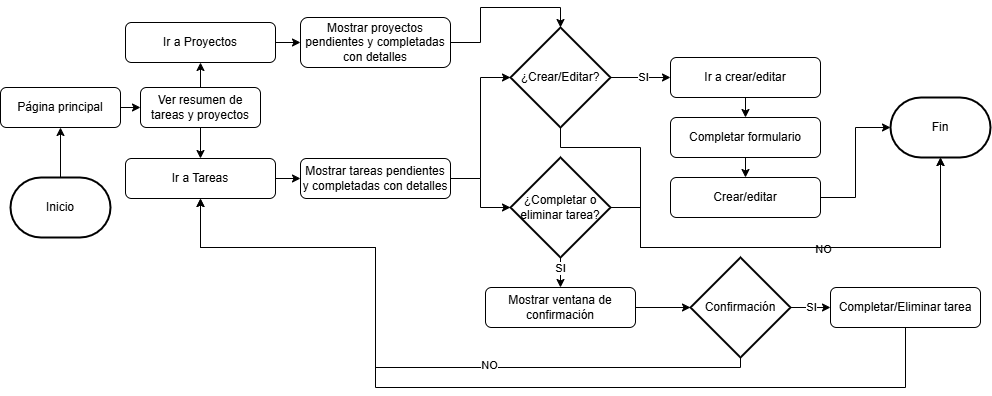
Before: Diagrama_flujo.png, a diagram exported from draw.io (IvanTangZhu19/AppGestionTareas). Source tidied: cells renumbered, new cells last; positions are measured from the earlier drawing's top-left corner, leaving out a move shared by most shapes.
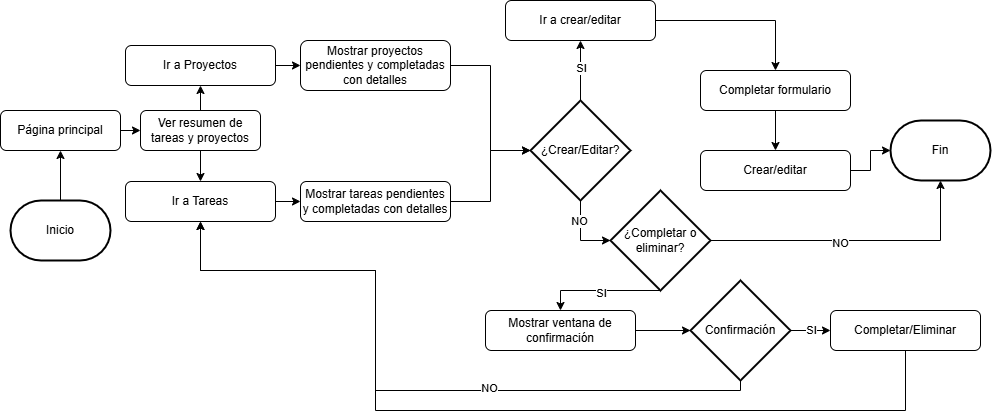
The same diagram one commit later.

Commit message:
Diseño en papel con navegación y cambio de diagrama de flujo

The edit, as a diff of the source:
```diff
@@ -41,48 +41,46 @@
     <mxCell id="14" value="Ir a Proyectos" style="rounded=1;whiteSpace=wrap;html=1;fontSize=12;glass=0;strokeWidth=1;shadow=0;" parent="1" vertex="1">
       <mxGeometry x="125" y="5" width="150" height="40" as="geometry" />
     </mxCell>
-    <mxCell id="15" style="edgeStyle=orthogonalEdgeStyle;rounded=0;jettySize=auto;html=1;exitX=1;exitY=0.5;exitDx=0;exitDy=0;exitPerimeter=0;entryX=0;entryY=0.5;entryDx=0;entryDy=0;" parent="1" edge="1" source="17" target="21">
+    <mxCell id="15" style="edgeStyle=orthogonalEdgeStyle;rounded=0;jettySize=auto;html=1;exitX=0.5;exitY=0;exitDx=0;exitDy=0;exitPerimeter=0;entryX=0.5;entryY=1;entryDx=0;entryDy=0;" parent="1" edge="1" source="17" target="21">
       <mxGeometry relative="1" as="geometry" />
     </mxCell>
-    <mxCell id="16" value="SI" style="edgeLabel;html=1;align=center;verticalAlign=middle;" parent="15" vertex="1">
-      <mxGeometry x="0.06" y="1" relative="1" as="geometry" />
-    </mxCell>
+    <mxCell id="43" value="SI" style="edgeLabel;html=1;align=center;verticalAlign=middle;" parent="15" vertex="1">
+      <mxGeometry x="0.09" relative="1" as="geometry" />
+    </mxCell>
     <mxCell id="17" value="¿Crear/Editar?" style="strokeWidth=2;html=1;shape=mxgraph.flowchart.decision;whiteSpace=wrap;" parent="1" vertex="1">
-      <mxGeometry x="510" y="10" width="100" height="100" as="geometry" />
+      <mxGeometry x="530" y="60" width="100" height="100" as="geometry" />
     </mxCell>
-    <mxCell id="18" style="edgeStyle=orthogonalEdgeStyle;rounded=0;jettySize=auto;html=1;exitX=1;exitY=0.5;exitDx=0;exitDy=0;entryX=0.5;entryY=0;entryDx=0;entryDy=0;entryPerimeter=0;" parent="1" edge="1" source="11" target="17">
-      <mxGeometry relative="1" as="geometry" />
-    </mxCell>
     <mxCell id="19" style="edgeStyle=orthogonalEdgeStyle;rounded=0;jettySize=auto;html=1;exitX=1;exitY=0.5;exitDx=0;exitDy=0;entryX=0;entryY=0.5;entryDx=0;entryDy=0;entryPerimeter=0;" parent="1" edge="1" source="12" target="17">
       <mxGeometry relative="1" as="geometry" />
     </mxCell>
-    <mxCell id="20" style="edgeStyle=orthogonalEdgeStyle;rounded=0;jettySize=auto;html=1;exitX=0.5;exitY=1;exitDx=0;exitDy=0;entryX=0.5;entryY=0;entryDx=0;entryDy=0;" parent="1" edge="1" source="21" target="23">
+    <mxCell id="20" style="edgeStyle=orthogonalEdgeStyle;rounded=0;jettySize=auto;html=1;exitX=1;exitY=0.5;exitDx=0;exitDy=0;entryX=0.5;entryY=0;entryDx=0;entryDy=0;" parent="1" edge="1" source="21" target="23">
       <mxGeometry relative="1" as="geometry" />
     </mxCell>
     <mxCell id="21" value="Ir a crear/editar" style="rounded=1;whiteSpace=wrap;html=1;fontSize=12;glass=0;strokeWidth=1;shadow=0;" parent="1" vertex="1">
-      <mxGeometry x="670" y="40" width="150" height="40" as="geometry" />
+      <mxGeometry x="505" y="-40" width="150" height="40" as="geometry" />
     </mxCell>
     <mxCell id="22" style="edgeStyle=orthogonalEdgeStyle;rounded=0;jettySize=auto;html=1;exitX=0.5;exitY=1;exitDx=0;exitDy=0;entryX=0.5;entryY=0;entryDx=0;entryDy=0;" parent="1" edge="1" source="23" target="24">
       <mxGeometry relative="1" as="geometry" />
     </mxCell>
     <mxCell id="23" value="Completar formulario" style="rounded=1;whiteSpace=wrap;html=1;fontSize=12;glass=0;strokeWidth=1;shadow=0;" parent="1" vertex="1">
-      <mxGeometry x="670" y="100" width="150" height="40" as="geometry" />
+      <mxGeometry x="700" y="30" width="150" height="40" as="geometry" />
     </mxCell>
     <mxCell id="24" value="Crear/editar" style="rounded=1;whiteSpace=wrap;html=1;fontSize=12;glass=0;strokeWidth=1;shadow=0;" parent="1" vertex="1">
-      <mxGeometry x="670" y="160" width="150" height="40" as="geometry" />
+      <mxGeometry x="700" y="110" width="150" height="40" as="geometry" />
     </mxCell>
     <mxCell id="25" style="edgeStyle=orthogonalEdgeStyle;rounded=0;jettySize=auto;html=1;exitX=0.5;exitY=1;exitDx=0;exitDy=0;exitPerimeter=0;entryX=0.5;entryY=0;entryDx=0;entryDy=0;" parent="1" edge="1" source="27" target="30">
-      <mxGeometry relative="1" as="geometry" />
+      <mxGeometry relative="1" as="geometry">
+        <Array as="points">
+          <mxPoint x="560" y="250" />
+        </Array>
+      </mxGeometry>
     </mxCell>
-    <mxCell id="26" value="SI" style="edgeLabel;html=1;align=center;verticalAlign=middle;" parent="25" vertex="1">
-      <mxGeometry x="-0.33" y="-1" relative="1" as="geometry" />
-    </mxCell>
+    <mxCell id="44" value="SI" style="edgeLabel;html=1;align=center;verticalAlign=middle;" parent="25" vertex="1">
+      <mxGeometry y="2" relative="1" as="geometry" />
+    </mxCell>
-    <mxCell id="27" value="¿Completar o eliminar tarea?" style="strokeWidth=2;html=1;shape=mxgraph.flowchart.decision;whiteSpace=wrap;" parent="1" vertex="1">
-      <mxGeometry x="510" y="140" width="100" height="100" as="geometry" />
+    <mxCell id="27" value="¿Completar o eliminar&lt;span style=&quot;background-color: transparent; color: light-dark(rgb(0, 0, 0), rgb(255, 255, 255));&quot;&gt;?&lt;/span&gt;" style="strokeWidth=2;html=1;shape=mxgraph.flowchart.decision;whiteSpace=wrap;" parent="1" vertex="1">
+      <mxGeometry x="610" y="150" width="100" height="100" as="geometry" />
     </mxCell>
-    <mxCell id="28" style="edgeStyle=orthogonalEdgeStyle;rounded=0;jettySize=auto;html=1;exitX=1;exitY=0.5;exitDx=0;exitDy=0;entryX=0;entryY=0.5;entryDx=0;entryDy=0;entryPerimeter=0;" parent="1" edge="1" source="12" target="27">
-      <mxGeometry relative="1" as="geometry" />
-    </mxCell>
     <mxCell id="29" value="Fin" style="strokeWidth=2;html=1;shape=mxgraph.flowchart.terminator;whiteSpace=wrap;" parent="1" vertex="1">
       <mxGeometry x="890" y="80" width="100" height="60" as="geometry" />
     </mxCell>
@@ -124,33 +122,26 @@
         </Array>
       </mxGeometry>
     </mxCell>
-    <mxCell id="38" value="Completar/Eliminar tarea" style="rounded=1;whiteSpace=wrap;html=1;fontSize=12;glass=0;strokeWidth=1;shadow=0;" parent="1" vertex="1">
+    <mxCell id="38" value="Completar/Eliminar" style="rounded=1;whiteSpace=wrap;html=1;fontSize=12;glass=0;strokeWidth=1;shadow=0;" parent="1" vertex="1">
       <mxGeometry x="830" y="270" width="150" height="40" as="geometry" />
     </mxCell>
+    <mxCell id="42" style="edgeStyle=orthogonalEdgeStyle;rounded=0;jettySize=auto;html=1;exitX=1;exitY=0.5;exitDx=0;exitDy=0;entryX=0;entryY=0.5;entryDx=0;entryDy=0;entryPerimeter=0;" parent="1" edge="1" source="24" target="29">
+      <mxGeometry relative="1" as="geometry" />
+    </mxCell>
+    <mxCell id="18" style="edgeStyle=orthogonalEdgeStyle;rounded=0;jettySize=auto;html=1;exitX=1;exitY=0.5;exitDx=0;exitDy=0;entryX=0;entryY=0.5;entryDx=0;entryDy=0;entryPerimeter=0;" parent="1" edge="1" source="11" target="17">
+      <mxGeometry relative="1" as="geometry" />
+    </mxCell>
+    <mxCell id="45" style="edgeStyle=orthogonalEdgeStyle;rounded=0;jettySize=auto;html=1;exitX=0.5;exitY=1;exitDx=0;exitDy=0;exitPerimeter=0;entryX=0;entryY=0.5;entryDx=0;entryDy=0;entryPerimeter=0;" parent="1" edge="1" source="17" target="27">
+      <mxGeometry relative="1" as="geometry" />
+    </mxCell>
+    <mxCell id="46" value="NO" style="edgeLabel;html=1;align=center;verticalAlign=middle;" parent="45" vertex="1">
+      <mxGeometry x="-0.43" y="-2" relative="1" as="geometry" />
+    </mxCell>
     <mxCell id="39" style="edgeStyle=orthogonalEdgeStyle;rounded=0;jettySize=auto;html=1;exitX=1;exitY=0.5;exitDx=0;exitDy=0;exitPerimeter=0;entryX=0.5;entryY=1;entryDx=0;entryDy=0;entryPerimeter=0;" parent="1" edge="1" source="27" target="29">
-      <mxGeometry relative="1" as="geometry">
-        <Array as="points">
-          <mxPoint x="640" y="190" />
-          <mxPoint x="640" y="230" />
-          <mxPoint x="940" y="230" />
-        </Array>
-      </mxGeometry>
+      <mxGeometry relative="1" as="geometry" />
     </mxCell>
-    <mxCell id="40" value="NO" style="edgeLabel;html=1;align=center;verticalAlign=middle;" parent="39" vertex="1">
-      <mxGeometry x="0.09" y="-1" relative="1" as="geometry" />
-    </mxCell>
-    <mxCell id="41" style="edgeStyle=orthogonalEdgeStyle;rounded=0;jettySize=auto;html=1;exitX=0.5;exitY=1;exitDx=0;exitDy=0;exitPerimeter=0;entryX=0.5;entryY=1;entryDx=0;entryDy=0;entryPerimeter=0;" parent="1" edge="1" source="17" target="29">
-      <mxGeometry relative="1" as="geometry">
-        <Array as="points">
-          <mxPoint x="560" y="130" />
-          <mxPoint x="640" y="130" />
-          <mxPoint x="640" y="230" />
-          <mxPoint x="940" y="230" />
-        </Array>
-      </mxGeometry>
-    </mxCell>
-    <mxCell id="42" style="edgeStyle=orthogonalEdgeStyle;rounded=0;jettySize=auto;html=1;exitX=1;exitY=0.5;exitDx=0;exitDy=0;entryX=0;entryY=0.5;entryDx=0;entryDy=0;entryPerimeter=0;" parent="1" edge="1" source="24" target="29">
-      <mxGeometry relative="1" as="geometry" />
-    </mxCell>
+    <mxCell id="47" value="NO" style="edgeLabel;html=1;align=center;verticalAlign=middle;" parent="39" vertex="1">
+      <mxGeometry x="-0.11" y="-2" relative="1" as="geometry" />
+    </mxCell>
   </root>
 </mxGraphModel>
```
